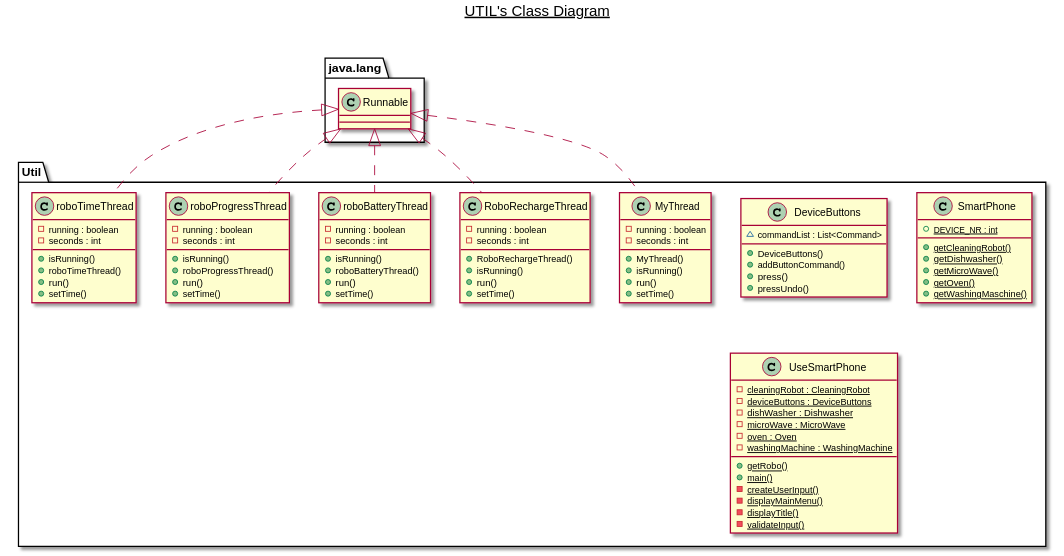
This is Assignment_04_SmartPhone/Util.svg from niddhog/BINF4241-Group10, a PlantUML export, as it was before one commit. Its diagram source:
```plantuml
@startuml

title __UTIL's Class Diagram__\n

  namespace Util {
    class Util.DeviceButtons {
        ~ commandList : List<Command>
        + DeviceButtons()
        + addButtonCommand()
        + press()
        + pressUndo()
    }
  }


  namespace Util {
    class Util.MyThread {
        - running : boolean
        - seconds : int
        + MyThread()
        + isRunning()
        + run()
        + setTime()
    }
  }


  namespace Util {
    class Util.RoboRechargeThread {
        - running : boolean
        - seconds : int
        + RoboRechargeThread()
        + isRunning()
        + run()
        + setTime()
    }
  }


  namespace Util {
    class Util.SmartPhone {
        {static} + DEVICE_NR : int
        {static} + getCleaningRobot()
        {static} + getDishwasher()
        {static} + getMicroWave()
        {static} + getOven()
        {static} + getWashingMaschine()
    }
  }


  namespace Util {
    class Util.UseSmartPhone {
        {static} - cleaningRobot : CleaningRobot
        {static} - deviceButtons : DeviceButtons
        {static} - dishWasher : Dishwasher
        {static} - microWave : MicroWave
        {static} - oven : Oven
        {static} - washingMachine : WashingMachine
        {static} + getRobo()
        {static} + main()
        {static} - createUserInput()
        {static} - displayMainMenu()
        {static} - displayTitle()
        {static} - validateInput()
    }
  }


  namespace Util {
    class Util.RoboBatteryThread {
        - running : boolean
        - seconds : int
        + isRunning()
        + roboBatteryThread()
        + run()
        + setTime()
    }
  }


  namespace Util {
    class Util.RoboProgressThread {
        - running : boolean
        - seconds : int
        + isRunning()
        + roboProgressThread()
        + run()
        + setTime()
    }
  }


  namespace Util {
    class Util.RoboTimeThread {
        - running : boolean
        - seconds : int
        + isRunning()
        + roboTimeThread()
        + run()
        + setTime()
    }
  }


  Util.MyThread .up.|> java.lang.Runnable
  Util.RoboRechargeThread .up.|> java.lang.Runnable
  Util.RoboBatteryThread .up.|> java.lang.Runnable
  Util.RoboProgressThread .up.|> java.lang.Runnable
  Util.RoboTimeThread .up.|> java.lang.Runnable


@enduml
```
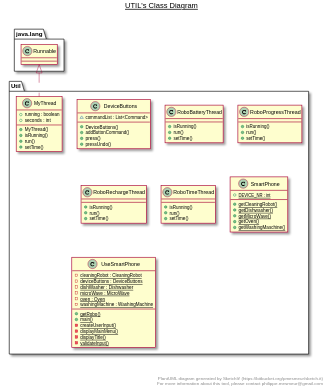
Above is the later version.

Commit message:
class diagrams updates

The edit, as a diff of the source:
```diff
@@ -15,8 +15,8 @@
 
   namespace Util {
     class Util.MyThread {
-        - running : boolean
-        - seconds : int
+        + running : boolean
+        + seconds : int
         + MyThread()
         + isRunning()
         + run()
@@ -26,10 +26,34 @@
 
 
   namespace Util {
+    class Util.RoboBatteryThread {
+        + isRunning()
+        + run()
+        + setTime()
+    }
+  }
+
+
+  namespace Util {
+    class Util.RoboProgressThread {
+        + isRunning()
+        + run()
+        + setTime()
+    }
+  }
+
+
+  namespace Util {
     class Util.RoboRechargeThread {
-        - running : boolean
-        - seconds : int
-        + RoboRechargeThread()
+        + isRunning()
+        + run()
+        + setTime()
+    }
+  }
+
+
+  namespace Util {
+    class Util.RoboTimeThread {
         + isRunning()
         + run()
         + setTime()
@@ -67,47 +91,14 @@
   }
 
 
-  namespace Util {
-    class Util.RoboBatteryThread {
-        - running : boolean
-        - seconds : int
-        + isRunning()
-        + roboBatteryThread()
-        + run()
-        + setTime()
-    }
-  }
+  Util.MyThread .up.|> java.lang.Runnable
 
 
-  namespace Util {
-    class Util.RoboProgressThread {
-        - running : boolean
-        - seconds : int
-        + isRunning()
-        + roboProgressThread()
-        + run()
-        + setTime()
-    }
-  }
+right footer
 
 
-  namespace Util {
-    class Util.RoboTimeThread {
-        - running : boolean
-        - seconds : int
-        + isRunning()
-        + roboTimeThread()
-        + run()
-        + setTime()
-    }
-  }
-
-
-  Util.MyThread .up.|> java.lang.Runnable
-  Util.RoboRechargeThread .up.|> java.lang.Runnable
-  Util.RoboBatteryThread .up.|> java.lang.Runnable
-  Util.RoboProgressThread .up.|> java.lang.Runnable
-  Util.RoboTimeThread .up.|> java.lang.Runnable
-
+PlantUML diagram generated by SketchIt! (https://bitbucket.org/pmesmeur/sketch.it)
+For more information about this tool, please contact philippe.mesmeur@gmail.com
+endfooter
 
 @enduml
```
